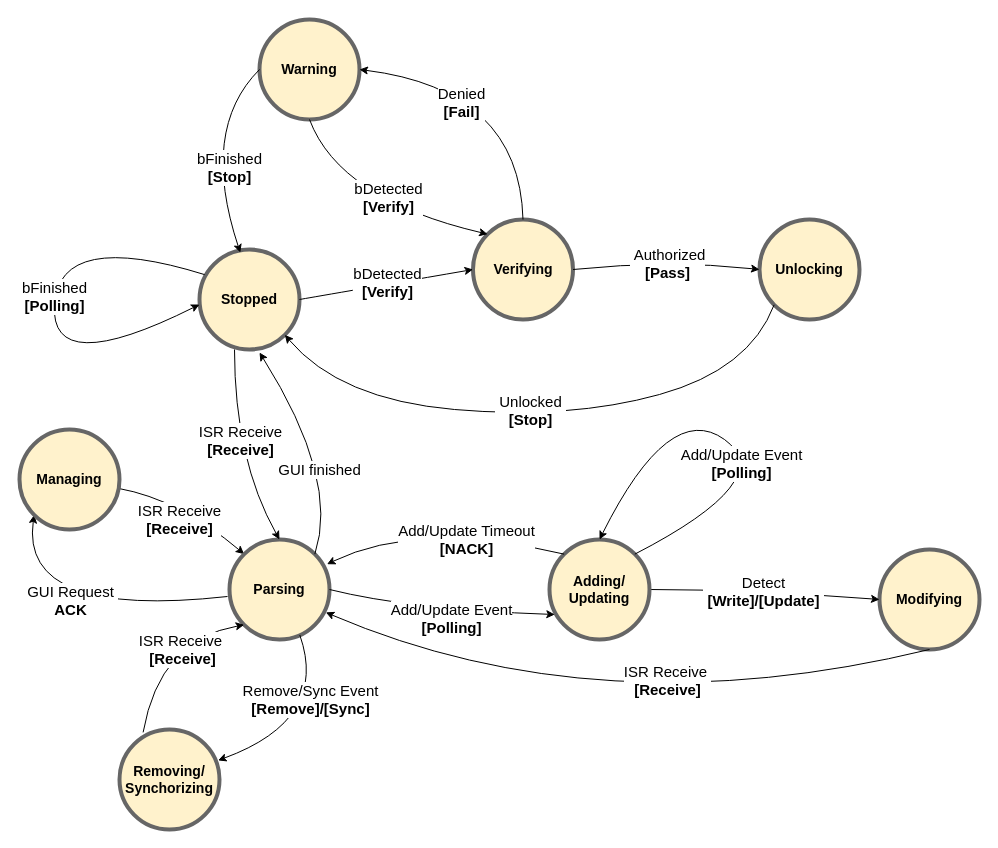
The draw.io diagram Docs/entire FSM.drawio in trieu1162000/AESD, before the edit. Source tidied: cells renumbered, new cells numbered last; positions are measured from the earlier drawing's top-left corner, leaving out a move shared by most shapes. Both pictures are drawn from the tidied source at 100%, with x=0, y=0 at pixel (19, 19).
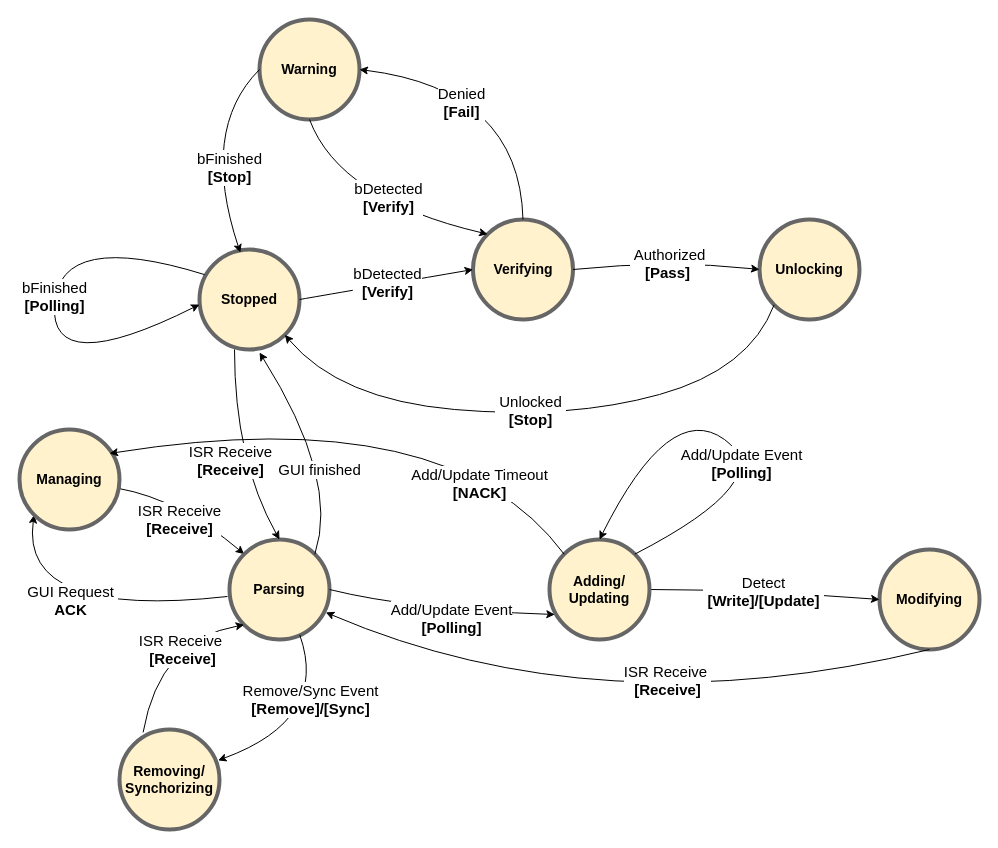
The same diagram, later.

The change refers to these unchanged cells:
```xml
<mxCell id="29" value="&lt;span style=&quot;font-size: 14px;&quot;&gt;&lt;b&gt;Parsing&lt;/b&gt;&lt;/span&gt;" style="ellipse;whiteSpace=wrap;html=1;strokeWidth=4;fillColor=#fff2cc;strokeColor=#666666;" parent="1" vertex="1">
  <mxGeometry x="210" y="520" width="100" height="100" as="geometry" />
</mxCell>
<mxCell id="31" value="&lt;b style=&quot;border-color: var(--border-color); font-size: 14px;&quot;&gt;Adding/&lt;br&gt;Updating&lt;br&gt;&lt;/b&gt;" style="ellipse;whiteSpace=wrap;html=1;strokeWidth=4;fillColor=#fff2cc;strokeColor=#666666;" parent="1" vertex="1">
  <mxGeometry x="530" y="520" width="100" height="100" as="geometry" />
</mxCell>
<mxCell id="38" value="&lt;span style=&quot;font-size: 14px;&quot;&gt;&lt;b&gt;Managing&lt;/b&gt;&lt;/span&gt;" style="ellipse;whiteSpace=wrap;html=1;strokeWidth=4;fillColor=#fff2cc;strokeColor=#666666;" parent="1" vertex="1">
  <mxGeometry y="410" width="100" height="100" as="geometry" />
</mxCell>
<mxCell id="41" style="curved=1;endArrow=classic;html=1;rounded=0;entryX=0.5;entryY=0;entryDx=0;entryDy=0;exitX=0.35;exitY=1;exitDx=0;exitDy=0;exitPerimeter=0;" parent="1" edge="1" source="5" target="29">
  <mxGeometry relative="1" as="geometry">
    <Array as="points">
      <mxPoint x="215" y="440" />
    </Array>
  </mxGeometry>
</mxCell>
```

Diff of the diagram source:
```diff
@@
     <mxCell id="42" value="&lt;font style=&quot;font-size: 15px;&quot;&gt;&lt;span style=&quot;border-color: var(--border-color);&quot;&gt;ISR Receive&lt;br&gt;&lt;/span&gt;&lt;b style=&quot;border-color: var(--border-color);&quot;&gt;[Receive]&lt;/b&gt;&lt;br&gt;&lt;/font&gt;" style="edgeLabel;html=1;align=center;verticalAlign=middle;" parent="41" vertex="1">
       <mxGeometry x="0.05" y="5" relative="1" as="geometry">
-        <mxPoint y="-16" as="offset" />
+        <mxPoint x="-10" y="4" as="offset" />
       </mxGeometry>
     </mxCell>
@@
-    <mxCell id="45" style="curved=1;endArrow=classic;html=1;rounded=0;exitX=0;exitY=0;exitDx=0;exitDy=0;entryX=0.975;entryY=0.247;entryDx=0;entryDy=0;entryPerimeter=0;" parent="1" edge="1" source="31" target="29">
+    <mxCell id="45" style="curved=1;endArrow=classic;html=1;rounded=0;exitX=0;exitY=0;exitDx=0;exitDy=0;entryX=0.9;entryY=0.24;entryDx=0;entryDy=0;entryPerimeter=0;" parent="1" edge="1" source="31" target="38">
       <mxGeometry relative="1" as="geometry">
         <Array as="points">
-          <mxPoint x="400" y="500" />
+          <mxPoint x="430" y="380" />
         </Array>
       </mxGeometry>
     </mxCell>
     <mxCell id="46" value="&lt;font style=&quot;font-size: 15px;&quot;&gt;&lt;span style=&quot;border-color: var(--border-color);&quot;&gt;Add/Update Timeout&lt;br&gt;&lt;/span&gt;&lt;b style=&quot;border-color: var(--border-color);&quot;&gt;[NACK]&lt;/b&gt;&lt;br&gt;&lt;/font&gt;" style="edgeLabel;html=1;align=center;verticalAlign=middle;" parent="45" vertex="1">
       <mxGeometry x="0.05" y="5" relative="1" as="geometry">
-        <mxPoint x="31" y="11" as="offset" />
+        <mxPoint x="117" y="65" as="offset" />
       </mxGeometry>
     </mxCell>
```
